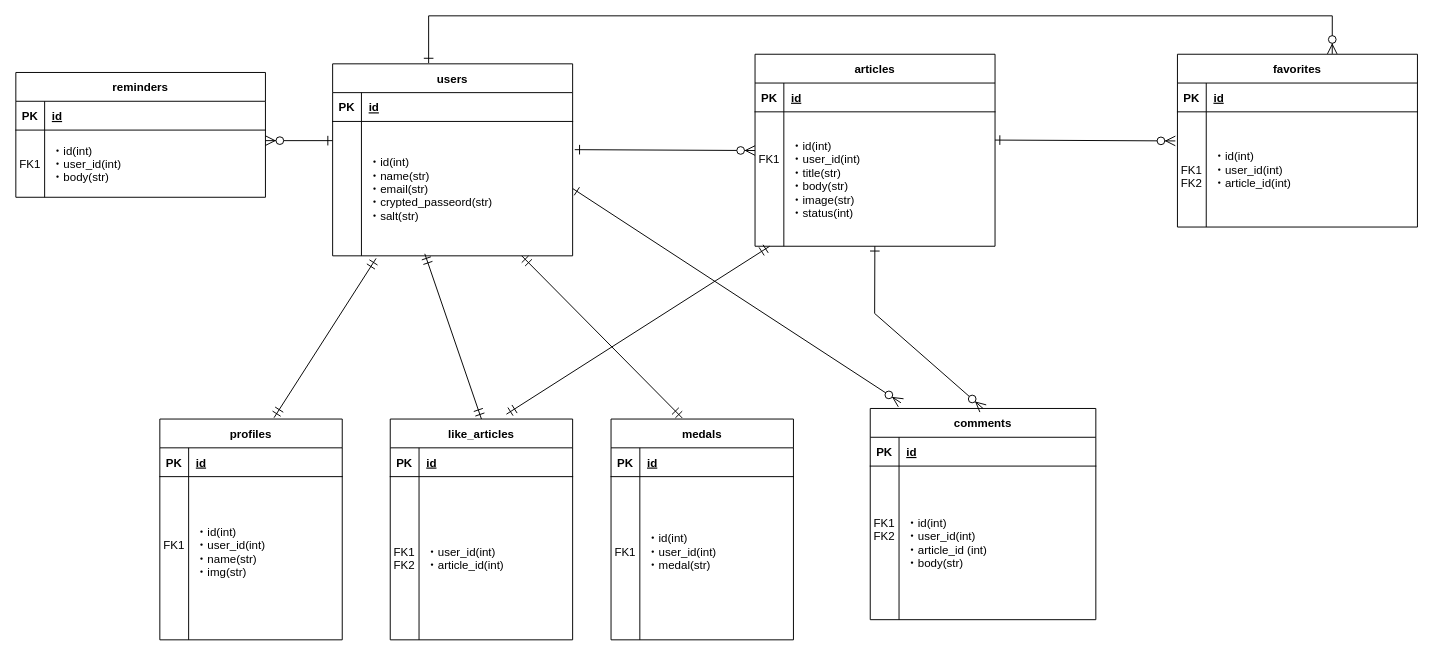
The draw.io diagram 名称未設定ファイル.drawio in s17w09/Entity-Relationship-Diagram, before the edit. Source tidied: cells renumbered, new cells numbered last; positions are measured from the earlier drawing's top-left corner, leaving out a move shared by most shapes. Both pictures are drawn from the tidied source at 96%, with x=0, y=0 at pixel (15, 15).
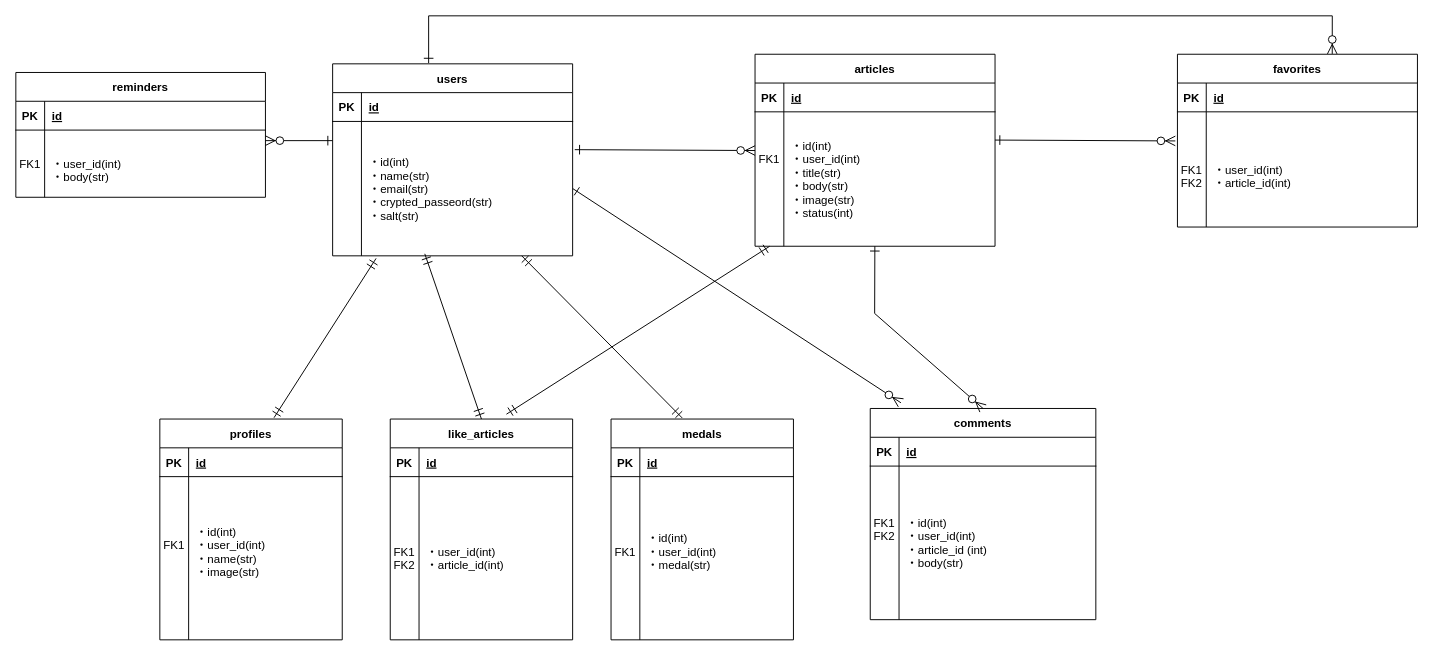
The same diagram, later.

Commit message:
名称未設定ファイル.drawio を更新します

Unchanged cells that the change refers to:
```xml
<mxCell id="20" style="shape=partialRectangle;fillColor=none;top=0;left=0;right=0;bottom=0;" parent="16" vertex="1">
  <mxGeometry y="60" width="250" height="120" as="geometry" />
</mxCell>
<mxCell id="27" style="shape=partialRectangle;fillColor=none;top=0;left=0;right=0;bottom=0;" parent="23" vertex="1">
  <mxGeometry y="60" width="260" height="70" as="geometry" />
</mxCell>
<mxCell id="41" style="shape=partialRectangle;fillColor=none;top=0;left=0;right=0;bottom=0;" parent="37" vertex="1">
  <mxGeometry y="60" width="190" height="170" as="geometry" />
</mxCell>
```

The edit, as a diff of the source:
```diff
@@
-    <mxCell id="22" value="・id(int)&#10;・user_id(int)&#10;・article_id(int)" style="shape=partialRectangle;overflow=hidden;fillColor=none;top=0;left=0;bottom=0;right=0;align=left;spacingLeft=6;" parent="20" vertex="1">
+    <mxCell id="22" value="&#10;・user_id(int)&#10;・article_id(int)" style="shape=partialRectangle;overflow=hidden;fillColor=none;top=0;left=0;bottom=0;right=0;align=left;spacingLeft=6;" parent="20" vertex="1">
       <mxGeometry x="30" width="220" height="120" as="geometry" />
     </mxCell>
@@
-    <mxCell id="29" value="・id(int)&#10;・user_id(int)&#10;・body(str)" style="shape=partialRectangle;overflow=hidden;fillColor=none;top=0;left=0;bottom=0;right=0;align=left;spacingLeft=6;" parent="27" vertex="1">
+    <mxCell id="29" value="&#10;・user_id(int)&#10;・body(str)" style="shape=partialRectangle;overflow=hidden;fillColor=none;top=0;left=0;bottom=0;right=0;align=left;spacingLeft=6;" parent="27" vertex="1">
       <mxGeometry x="30" width="230" height="70" as="geometry" />
     </mxCell>
@@
-    <mxCell id="43" value="・id(int)&#10;・user_id(int)&#10;・name(str)&#10;・img(str)&#10;" style="shape=partialRectangle;overflow=hidden;fillColor=none;top=0;left=0;bottom=0;right=0;align=left;spacingLeft=6;" parent="41" vertex="1">
+    <mxCell id="43" value="・id(int)&#10;・user_id(int)&#10;・name(str)&#10;・image(str)&#10;" style="shape=partialRectangle;overflow=hidden;fillColor=none;top=0;left=0;bottom=0;right=0;align=left;spacingLeft=6;" parent="41" vertex="1">
       <mxGeometry x="30" width="160" height="170" as="geometry" />
     </mxCell>
```
